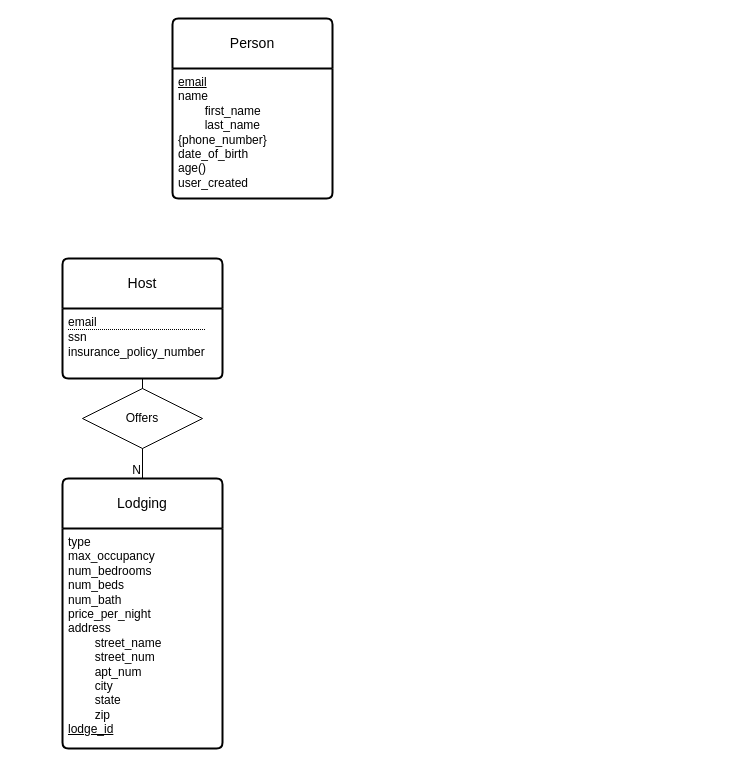
This is Assignment1.drawio from nurfnick/DBMS, a draw.io file, before an edit. Source tidied: cells renumbered, new cells numbered last; positions are measured from the earlier drawing's top-left corner, leaving out a move shared by most shapes. Both pictures are drawn from the tidied source at 100%, with x=0, y=0 at pixel (62, 18).
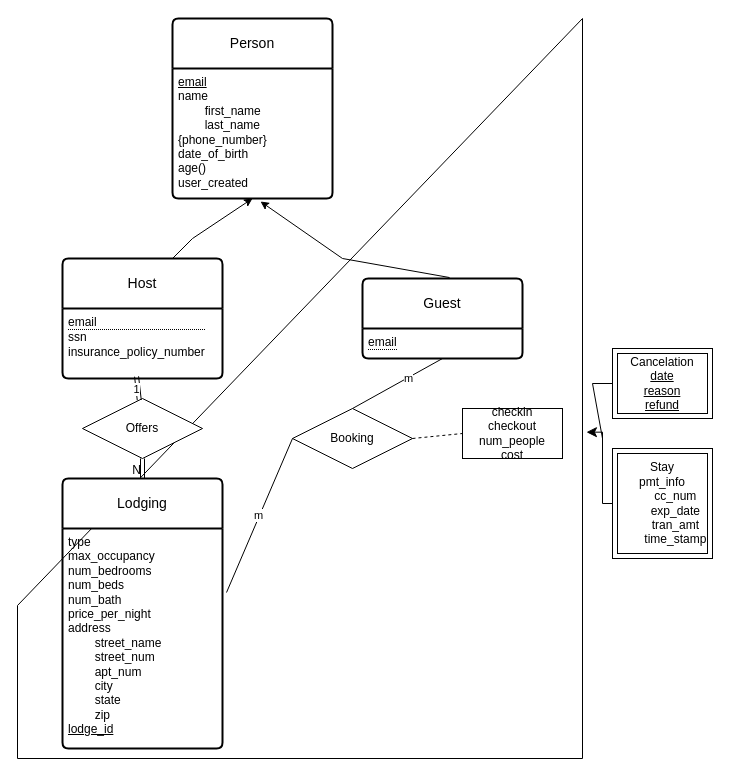
After the change.

Unchanged cells that the change refers to:
```xml
<mxCell id="3" value="&lt;div&gt;&lt;u&gt;email&lt;/u&gt;&lt;/div&gt;&lt;div&gt;name&lt;/div&gt;&lt;div&gt;&lt;span style=&quot;white-space: pre;&quot;&gt;&#9;&lt;/span&gt;first_name&lt;/div&gt;&lt;div&gt;&lt;span style=&quot;white-space: pre;&quot;&gt;&#9;&lt;/span&gt;last_name&lt;/div&gt;&lt;div&gt;{phone_number}&lt;/div&gt;&lt;div&gt;date_of_birth&lt;/div&gt;&lt;div&gt;age()&lt;/div&gt;&lt;div&gt;user_created&lt;br&gt;&lt;/div&gt;" style="align=left;strokeColor=none;fillColor=none;spacingLeft=4;fontSize=12;verticalAlign=top;html=1;" parent="2" vertex="1">
  <mxGeometry y="50" width="160" height="130" as="geometry" />
</mxCell>
<mxCell id="5" value="&lt;div style=&quot;border-bottom: 1px dotted black&quot;&gt;email&lt;/div&gt;&lt;div&gt;ssn&lt;/div&gt;&lt;div&gt;insurance_policy_number&lt;br&gt;&lt;/div&gt;" style="align=left;strokeColor=none;fillColor=none;spacingLeft=4;fontSize=12;verticalAlign=top;html=1;" parent="4" vertex="1">
  <mxGeometry y="50" width="160" height="70" as="geometry" />
</mxCell>
<mxCell id="6" value="Lodging" style="swimlane;horizontal=1;startSize=50;rounded=1;fontSize=14;fontStyle=0;strokeWidth=2;shadow=0;dashed=0;align=center;arcSize=4;whiteSpace=wrap;html=1;" parent="1" vertex="1">
  <mxGeometry y="460" width="160" height="270" as="geometry" />
</mxCell>
<mxCell id="7" value="&lt;div&gt;type&lt;/div&gt;&lt;div&gt;max_occupancy&lt;/div&gt;&lt;div&gt;num_bedrooms&lt;/div&gt;&lt;div&gt;num_beds&lt;/div&gt;&lt;div&gt;num_bath&lt;/div&gt;&lt;div&gt;price_per_night&lt;/div&gt;&lt;div&gt;address&lt;/div&gt;&lt;div&gt;&lt;span style=&quot;white-space: pre;&quot;&gt;&#9;&lt;/span&gt;street_name&lt;/div&gt;&lt;div&gt;&lt;span style=&quot;white-space: pre;&quot;&gt;&#9;&lt;/span&gt;street_num&lt;/div&gt;&lt;div&gt;&lt;span style=&quot;white-space: pre;&quot;&gt;&#9;&lt;/span&gt;apt_num&lt;/div&gt;&lt;div&gt;&lt;span style=&quot;white-space: pre;&quot;&gt;&#9;&lt;/span&gt;city&lt;/div&gt;&lt;div&gt;&lt;span style=&quot;white-space: pre;&quot;&gt;&#9;&lt;/span&gt;state&lt;/div&gt;&lt;div&gt;&lt;span style=&quot;white-space: pre;&quot;&gt;&#9;&lt;/span&gt;zip&lt;/div&gt;&lt;div&gt;&lt;u&gt;lodge_id&lt;/u&gt;&lt;br&gt;&lt;/div&gt;" style="align=left;strokeColor=none;fillColor=none;spacingLeft=4;fontSize=12;verticalAlign=top;html=1;" parent="6" vertex="1">
  <mxGeometry y="50" width="160" height="220" as="geometry" />
</mxCell>
```

Change to the diagram source:
```diff
@@
+    <mxCell id="11" style="shape=manualInput;whiteSpace=wrap;html=1;size=587;" parent="1" vertex="1">
+      <mxGeometry x="-45" width="565" height="740" as="geometry" />
+    </mxCell>
@@
-    <mxCell id="8" style="endArrow=none;html=1;rounded=0;exitX=0.5;exitY=1;exitDx=0;exitDy=0;entryX=0.5;entryY=0;entryDx=0;entryDy=0;" parent="1" edge="1" source="5" target="6">
-      <mxGeometry relative="1" as="geometry" />
-    </mxCell>
+    <mxCell id="10" value="&lt;div&gt;Offers&lt;/div&gt;" style="shape=rhombus;perimeter=rhombusPerimeter;whiteSpace=wrap;html=1;align=center;" parent="1" vertex="1">
+      <mxGeometry x="20" y="380" width="120" height="60" as="geometry" />
+    </mxCell>
+    <mxCell id="12" value="Guest" style="swimlane;horizontal=1;startSize=50;rounded=1;fontSize=14;fontStyle=0;strokeWidth=2;shadow=0;dashed=0;align=center;arcSize=4;whiteSpace=wrap;html=1;" parent="1" vertex="1">
+      <mxGeometry x="300" y="260" width="160" height="80" as="geometry" />
+    </mxCell>
+    <mxCell id="13" value="&lt;div style=&quot;border-bottom: 1px dotted black&quot;&gt;email&lt;/div&gt;" style="align=left;strokeColor=none;fillColor=none;spacingLeft=4;fontSize=12;verticalAlign=top;html=1;" parent="12" vertex="1">
+      <mxGeometry y="50" width="160" height="30" as="geometry" />
+    </mxCell>
+    <mxCell id="14" style="shape=link;html=1;rounded=0;exitX=0.5;exitY=1;exitDx=0;exitDy=0;entryX=0.5;entryY=0;entryDx=0;entryDy=0;" parent="1" edge="1" source="10" target="6">
+      <mxGeometry relative="1" as="geometry" />
+    </mxCell>
-    <mxCell id="9" value="N" style="html=1;whiteSpace=wrap;align=right;verticalAlign=bottom;" parent="8" vertex="1">
+    <mxCell id="9" value="N" style="html=1;whiteSpace=wrap;align=right;verticalAlign=bottom;" parent="14" vertex="1">
       <mxGeometry x="1" relative="1" as="geometry" />
     </mxCell>
-    <mxCell id="10" value="&lt;div&gt;Offers&lt;/div&gt;" style="shape=rhombus;perimeter=rhombusPerimeter;whiteSpace=wrap;html=1;align=center;" parent="1" vertex="1">
-      <mxGeometry x="20" y="370" width="120" height="60" as="geometry" />
-    </mxCell>
+    <mxCell id="15" style="endArrow=classic;html=1;rounded=0;entryX=0.5;entryY=1;entryDx=0;entryDy=0;" parent="1" edge="1" target="3">
+      <mxGeometry relative="1" as="geometry">
+        <mxPoint x="110" y="240" as="sourcePoint" />
+        <Array as="points">
+          <mxPoint x="130" y="220" />
+        </Array>
+      </mxGeometry>
+    </mxCell>
+    <mxCell id="16" style="endArrow=classic;html=1;rounded=0;entryX=0.55;entryY=1.023;entryDx=0;entryDy=0;entryPerimeter=0;exitX=0.544;exitY=-0.012;exitDx=0;exitDy=0;exitPerimeter=0;" parent="1" edge="1" source="12" target="3">
+      <mxGeometry relative="1" as="geometry">
+        <Array as="points">
+          <mxPoint x="280" y="240" />
+        </Array>
+      </mxGeometry>
+    </mxCell>
+    <mxCell id="17" style="shape=link;html=1;rounded=0;exitX=0.463;exitY=0.971;exitDx=0;exitDy=0;exitPerimeter=0;" parent="1" edge="1" source="5" target="10">
+      <mxGeometry relative="1" as="geometry" />
+    </mxCell>
+    <mxCell id="18" value="&lt;div&gt;1&lt;/div&gt;" style="edgeLabel;html=1;align=center;verticalAlign=middle;" parent="17" vertex="1">
+      <mxGeometry x="-0.01" y="-2" relative="1" as="geometry" />
+    </mxCell>
+    <mxCell id="19" value="Booking" style="shape=rhombus;perimeter=rhombusPerimeter;whiteSpace=wrap;html=1;align=center;" parent="1" vertex="1">
+      <mxGeometry x="230" y="390" width="120" height="60" as="geometry" />
+    </mxCell>
+    <mxCell id="20" value="&lt;div&gt;checkin&lt;/div&gt;&lt;div&gt;checkout&lt;/div&gt;&lt;div&gt;num_people&lt;/div&gt;&lt;div&gt;cost&lt;/div&gt;" style="whiteSpace=wrap;html=1;align=center;" parent="1" vertex="1">
+      <mxGeometry x="400" y="390" width="100" height="50" as="geometry" />
+    </mxCell>
+    <mxCell id="21" style="endArrow=none;dashed=1;html=1;rounded=0;exitX=1;exitY=0.5;exitDx=0;exitDy=0;entryX=0;entryY=0.5;entryDx=0;entryDy=0;" parent="1" edge="1" source="19" target="20">
+      <mxGeometry relative="1" as="geometry" />
+    </mxCell>
+    <mxCell id="22" style="endArrow=none;html=1;rounded=0;entryX=0.5;entryY=1;entryDx=0;entryDy=0;exitX=0.5;exitY=0;exitDx=0;exitDy=0;" parent="1" edge="1" source="19" target="13">
+      <mxGeometry relative="1" as="geometry" />
+    </mxCell>
+    <mxCell id="23" value="m" style="edgeLabel;html=1;align=center;verticalAlign=middle;" parent="22" vertex="1">
+      <mxGeometry x="0.23" relative="1" as="geometry" />
+    </mxCell>
+    <mxCell id="24" style="endArrow=none;html=1;rounded=0;exitX=0;exitY=0.5;exitDx=0;exitDy=0;entryX=1.025;entryY=0.291;entryDx=0;entryDy=0;entryPerimeter=0;" parent="1" edge="1" source="19" target="7">
+      <mxGeometry relative="1" as="geometry" />
+    </mxCell>
+    <mxCell id="25" value="m" style="edgeLabel;html=1;align=center;verticalAlign=middle;" parent="24" vertex="1">
+      <mxGeometry y="-1" relative="1" as="geometry" />
+    </mxCell>
+    <mxCell id="26" value="&lt;div&gt;Stay&lt;/div&gt;&lt;div&gt;pmt_info&lt;/div&gt;&lt;div&gt;&lt;span style=&quot;white-space: pre;&quot;&gt;&#9;&lt;/span&gt;cc_num&lt;/div&gt;&lt;div&gt;&lt;span style=&quot;white-space: pre;&quot;&gt;&#9;&lt;/span&gt;exp_date&lt;/div&gt;&lt;div&gt;&lt;span style=&quot;white-space: pre;&quot;&gt;&#9;&lt;/span&gt;tran_amt&lt;/div&gt;&lt;div&gt;&lt;span style=&quot;white-space: pre;&quot;&gt;&#9;&lt;/span&gt;time_stamp&lt;br&gt;&lt;/div&gt;" style="shape=ext;margin=3;double=1;whiteSpace=wrap;html=1;align=center;" parent="1" vertex="1">
+      <mxGeometry x="550" y="430" width="100" height="110" as="geometry" />
+    </mxCell>
+    <mxCell id="27" value="&lt;div&gt;Cancelation&lt;/div&gt;&lt;div&gt;&lt;u&gt;date&lt;/u&gt;&lt;/div&gt;&lt;div&gt;&lt;u&gt;reason&lt;/u&gt;&lt;/div&gt;&lt;div&gt;&lt;u&gt;refund&lt;/u&gt;&lt;br&gt;&lt;/div&gt;" style="shape=ext;margin=3;double=1;whiteSpace=wrap;html=1;align=center;" parent="1" vertex="1">
+      <mxGeometry x="550" y="330" width="100" height="70" as="geometry" />
+    </mxCell>
+    <mxCell id="28" style="edgeStyle=elbowEdgeStyle;elbow=horizontal;endArrow=classic;html=1;curved=0;rounded=0;endSize=8;startSize=8;exitX=0;exitY=0.5;exitDx=0;exitDy=0;entryX=1.007;entryY=0.559;entryDx=0;entryDy=0;entryPerimeter=0;" parent="1" edge="1" source="26" target="11">
+      <mxGeometry relative="1" as="geometry">
+        <Array as="points">
+          <mxPoint x="540" y="410" />
+        </Array>
+      </mxGeometry>
+    </mxCell>
+    <mxCell id="29" style="endArrow=none;html=1;rounded=0;exitX=0;exitY=0.5;exitDx=0;exitDy=0;" parent="1" edge="1" source="27">
+      <mxGeometry relative="1" as="geometry">
+        <mxPoint x="540" y="420" as="targetPoint" />
+        <Array as="points">
+          <mxPoint x="530" y="365" />
+        </Array>
+      </mxGeometry>
+    </mxCell>
```
